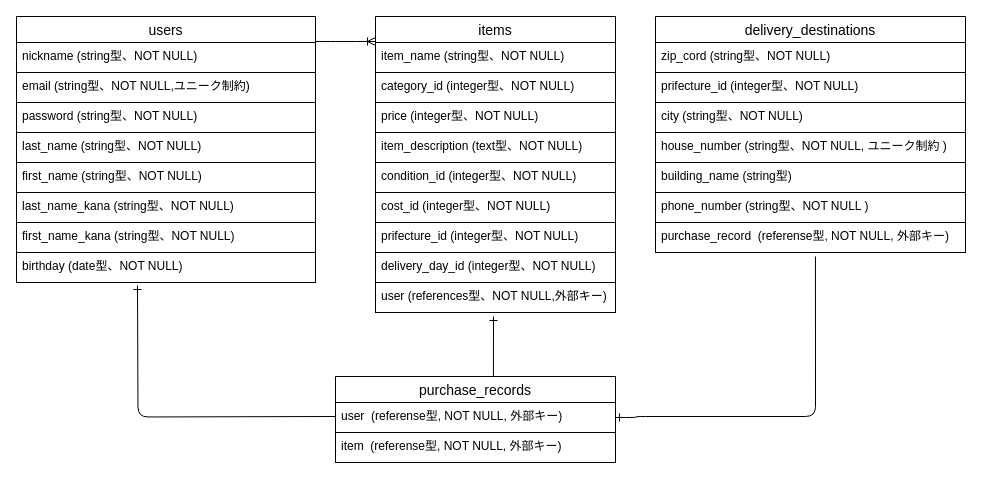
The draw.io diagram fruima_ER.dio in sorairo580/furima-39405, before the edit. Source tidied: cells renumbered, new cells numbered last; positions are measured from the earlier drawing's top-left corner, leaving out a move shared by most shapes. Both pictures are drawn from the tidied source at 100%, with x=0, y=0 at pixel (16, 16).
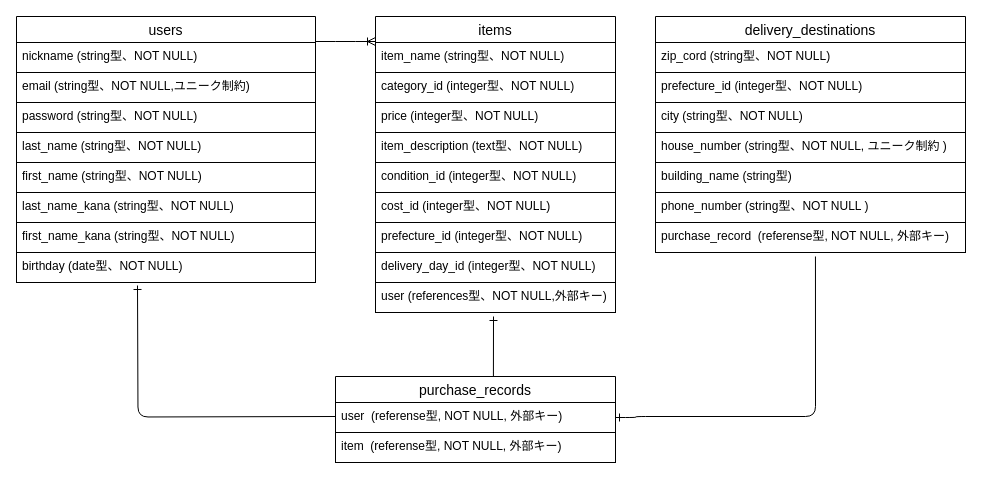
The same diagram, later.

Unchanged cells that the change refers to:
```xml
<mxCell id="12" value="items" style="swimlane;fontStyle=0;horizontal=1;startSize=26;align=center;fontSize=14;strokeColor=#000000;" parent="1" vertex="1">
  <mxGeometry x="359" width="240" height="296" as="geometry" />
</mxCell>
<mxCell id="25" value="delivery_destinations" style="swimlane;fontStyle=0;horizontal=1;startSize=26;align=center;fontSize=14;strokeColor=#000000;" parent="1" vertex="1">
  <mxGeometry x="639" width="310" height="236" as="geometry" />
</mxCell>
```

What changed in the source:
```diff
@@
-    <mxCell id="19" value="prifecture_id (integer型、NOT NULL)" style="text;strokeColor=#000000;fillColor=none;spacingLeft=4;spacingRight=4;overflow=hidden;fontSize=12;" parent="12" vertex="1">
+    <mxCell id="19" value="prefecture_id (integer型、NOT NULL)" style="text;strokeColor=#000000;fillColor=none;spacingLeft=4;spacingRight=4;overflow=hidden;fontSize=12;" parent="12" vertex="1">
       <mxGeometry y="206" width="240" height="30" as="geometry" />
     </mxCell>
@@
-    <mxCell id="27" value="prifecture_id (integer型、NOT NULL)" style="text;strokeColor=#000000;fillColor=none;spacingLeft=4;spacingRight=4;overflow=hidden;fontSize=12;" parent="25" vertex="1">
+    <mxCell id="27" value="prefecture_id (integer型、NOT NULL)" style="text;strokeColor=#000000;fillColor=none;spacingLeft=4;spacingRight=4;overflow=hidden;fontSize=12;" parent="25" vertex="1">
       <mxGeometry y="56" width="310" height="30" as="geometry" />
     </mxCell>
```
